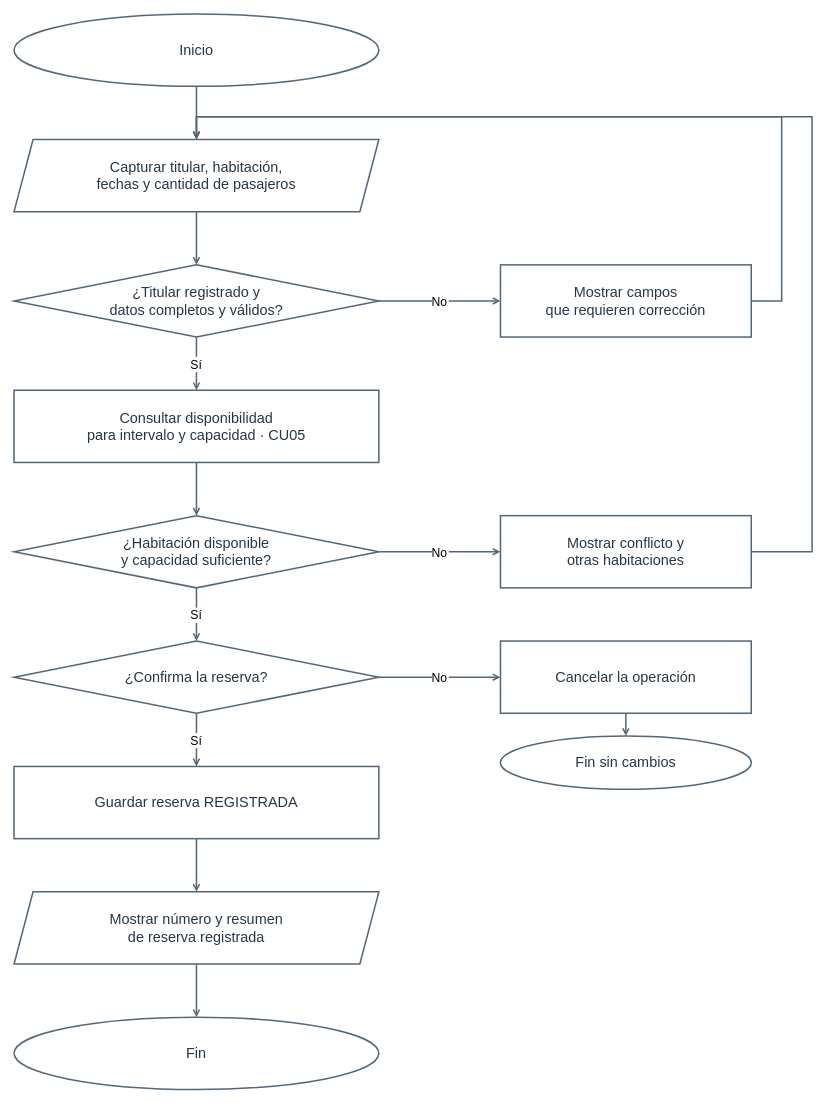
Yutre3/hotel-duerme-bien keeps this draw.io diagram as diagramas-editables/flujo-reserva.drawio. Above is the earlier version. Source tidied: cells renumbered, new cells numbered last; positions are measured from the earlier drawing's top-left corner, leaving out a move shared by most shapes. Both pictures are drawn from the tidied source at 76%, with x=0, y=0 at pixel (14, 14).
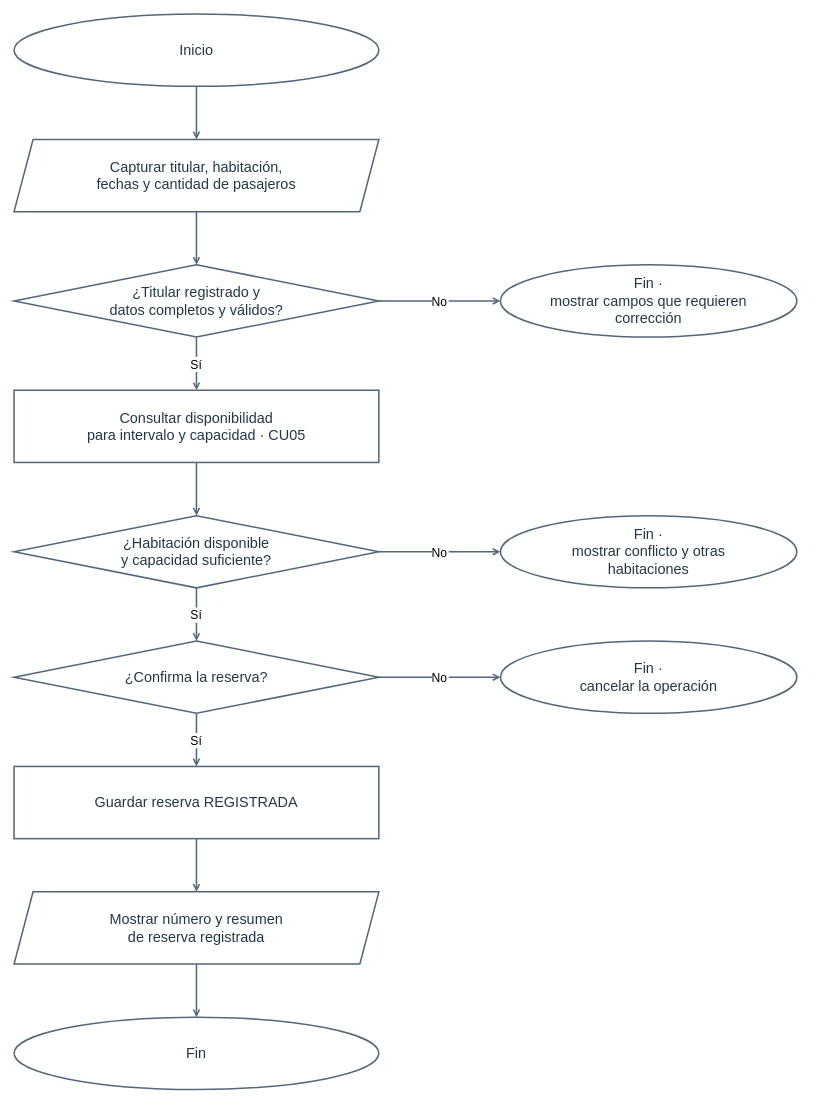
The same diagram, later.

The change refers to these unchanged cells:
```xml
<mxCell id="3" value="Capturar titular, habitación,&#10;fechas y cantidad de pasajeros" style="shape=parallelogram;fixedSize=1;size=25;html=0;whiteSpace=wrap;strokeColor=#546778;strokeWidth=2;fillColor=#ffffff;fontColor=#253747;fontSize=19;" parent="1" vertex="1">
  <mxGeometry y="165" width="480" height="95" as="geometry" />
</mxCell>
<mxCell id="6" value="¿Habitación disponible&#10;y capacidad suficiente?" style="rhombus;html=0;whiteSpace=wrap;strokeColor=#546778;strokeWidth=2;fillColor=#ffffff;fontColor=#253747;fontSize=19;" parent="1" vertex="1">
  <mxGeometry y="660" width="480" height="95" as="geometry" />
</mxCell>
<mxCell id="7" value="¿Confirma la reserva?" style="rhombus;html=0;whiteSpace=wrap;strokeColor=#546778;strokeWidth=2;fillColor=#ffffff;fontColor=#253747;fontSize=19;" parent="1" vertex="1">
  <mxGeometry y="825" width="480" height="95" as="geometry" />
</mxCell>
```

What changed in the source:
```diff
@@
-    <mxCell id="11" value="Mostrar campos&#10;que requieren corrección" style="rounded=0;html=0;whiteSpace=wrap;strokeColor=#546778;strokeWidth=2;fillColor=#ffffff;fontColor=#253747;fontSize=19;" parent="1" vertex="1">
-      <mxGeometry x="640" y="330" width="330" height="95" as="geometry" />
+    <mxCell id="11" value="Fin ·&#10;mostrar campos que requieren&#10;corrección" style="ellipse;html=0;whiteSpace=wrap;strokeColor=#546778;strokeWidth=2;fillColor=#ffffff;fontColor=#253747;fontSize=19;" parent="1" vertex="1">
+      <mxGeometry x="640" y="330" width="390" height="95" as="geometry" />
     </mxCell>
-    <mxCell id="12" value="Mostrar conflicto y&#10;otras habitaciones" style="rounded=0;html=0;whiteSpace=wrap;strokeColor=#546778;strokeWidth=2;fillColor=#ffffff;fontColor=#253747;fontSize=19;" parent="1" vertex="1">
-      <mxGeometry x="640" y="660" width="330" height="95" as="geometry" />
+    <mxCell id="12" value="Fin ·&#10;mostrar conflicto y otras&#10;habitaciones" style="ellipse;html=0;whiteSpace=wrap;strokeColor=#546778;strokeWidth=2;fillColor=#ffffff;fontColor=#253747;fontSize=19;" parent="1" vertex="1">
+      <mxGeometry x="640" y="660" width="390" height="95" as="geometry" />
     </mxCell>
-    <mxCell id="13" value="Cancelar la operación" style="rounded=0;html=0;whiteSpace=wrap;strokeColor=#546778;strokeWidth=2;fillColor=#ffffff;fontColor=#253747;fontSize=19;" parent="1" vertex="1">
-      <mxGeometry x="640" y="825" width="330" height="95" as="geometry" />
+    <mxCell id="13" value="Fin ·&#10;cancelar la operación" style="ellipse;html=0;whiteSpace=wrap;strokeColor=#546778;strokeWidth=2;fillColor=#ffffff;fontColor=#253747;fontSize=19;" parent="1" vertex="1">
+      <mxGeometry x="640" y="825" width="390" height="95" as="geometry" />
     </mxCell>
-    <mxCell id="14" value="Fin sin cambios" style="ellipse;html=0;whiteSpace=wrap;strokeColor=#546778;strokeWidth=2;fillColor=#ffffff;fontColor=#253747;fontSize=19;" parent="1" vertex="1">
-      <mxGeometry x="640" y="950" width="330" height="70" as="geometry" />
-    </mxCell>
@@
-    <mxCell id="24" style="html=0;edgeStyle=orthogonalEdgeStyle;jettySize=24;rounded=0;strokeWidth=2;strokeColor=#546778;fontSize=16;endArrow=open;endFill=0;startArrow=none;startFill=0;exitX=1;exitY=0.5;exitPerimeter=0;entryX=0.5;entryY=0;entryPerimeter=0;" parent="1" edge="1" source="11" target="3">
-      <mxGeometry relative="1" as="geometry">
-        <Array as="points">
-          <mxPoint x="1010" y="377.5" />
-          <mxPoint x="1010" y="135" />
-          <mxPoint x="240" y="135" />
-        </Array>
-      </mxGeometry>
+    <mxCell id="24" value="No" style="html=0;edgeStyle=orthogonalEdgeStyle;jettySize=24;rounded=0;strokeWidth=2;strokeColor=#546778;fontSize=16;endArrow=open;endFill=0;startArrow=none;startFill=0;exitX=1;exitY=0.5;exitPerimeter=0;entryX=0;entryY=0.5;entryPerimeter=0;" parent="1" edge="1" source="6" target="12">
+      <mxGeometry relative="1" as="geometry" />
     </mxCell>
-    <mxCell id="25" value="No" style="html=0;edgeStyle=orthogonalEdgeStyle;jettySize=24;rounded=0;strokeWidth=2;strokeColor=#546778;fontSize=16;endArrow=open;endFill=0;startArrow=none;startFill=0;exitX=1;exitY=0.5;exitPerimeter=0;entryX=0;entryY=0.5;entryPerimeter=0;" parent="1" edge="1" source="6" target="12">
+    <mxCell id="25" value="No" style="html=0;edgeStyle=orthogonalEdgeStyle;jettySize=24;rounded=0;strokeWidth=2;strokeColor=#546778;fontSize=16;endArrow=open;endFill=0;startArrow=none;startFill=0;exitX=1;exitY=0.5;exitPerimeter=0;entryX=0;entryY=0.5;entryPerimeter=0;" parent="1" edge="1" source="7" target="13">
       <mxGeometry relative="1" as="geometry" />
     </mxCell>
-    <mxCell id="26" style="html=0;edgeStyle=orthogonalEdgeStyle;jettySize=24;rounded=0;strokeWidth=2;strokeColor=#546778;fontSize=16;endArrow=open;endFill=0;startArrow=none;startFill=0;exitX=1;exitY=0.5;exitPerimeter=0;entryX=0.5;entryY=0;entryPerimeter=0;" parent="1" edge="1" source="12" target="3">
-      <mxGeometry relative="1" as="geometry">
-        <Array as="points">
-          <mxPoint x="1050" y="707.5" />
-          <mxPoint x="1050" y="135" />
-          <mxPoint x="240" y="135" />
-        </Array>
-      </mxGeometry>
-    </mxCell>
-    <mxCell id="27" value="No" style="html=0;edgeStyle=orthogonalEdgeStyle;jettySize=24;rounded=0;strokeWidth=2;strokeColor=#546778;fontSize=16;endArrow=open;endFill=0;startArrow=none;startFill=0;exitX=1;exitY=0.5;exitPerimeter=0;entryX=0;entryY=0.5;entryPerimeter=0;" parent="1" edge="1" source="7" target="13">
-      <mxGeometry relative="1" as="geometry" />
-    </mxCell>
-    <mxCell id="28" style="html=0;edgeStyle=orthogonalEdgeStyle;jettySize=24;rounded=0;strokeWidth=2;strokeColor=#546778;fontSize=16;endArrow=open;endFill=0;startArrow=none;startFill=0;exitX=0.5;exitY=1;exitPerimeter=0;entryX=0.5;entryY=0;entryPerimeter=0;" parent="1" edge="1" source="13" target="14">
-      <mxGeometry relative="1" as="geometry" />
-    </mxCell>
```
